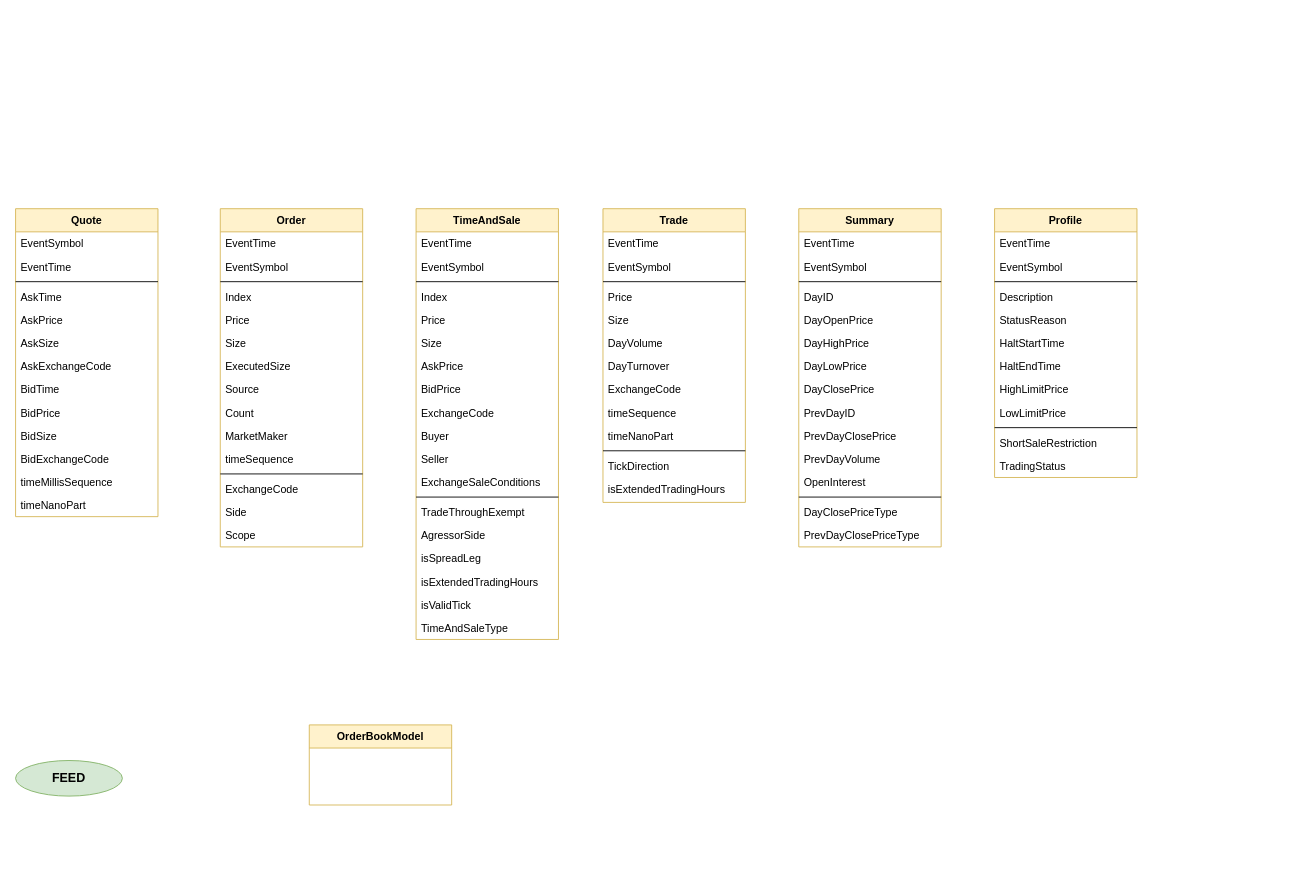
Above: Untitled Diagram.drawio in Tubala85/documents (draw.io), before the change. Source tidied: cells renumbered, new cells numbered last; positions are measured from the earlier drawing's top-left corner, leaving out a move shared by most shapes. Both pictures are drawn from the tidied source at 89%, with x=0, y=0 at pixel (15, 208).
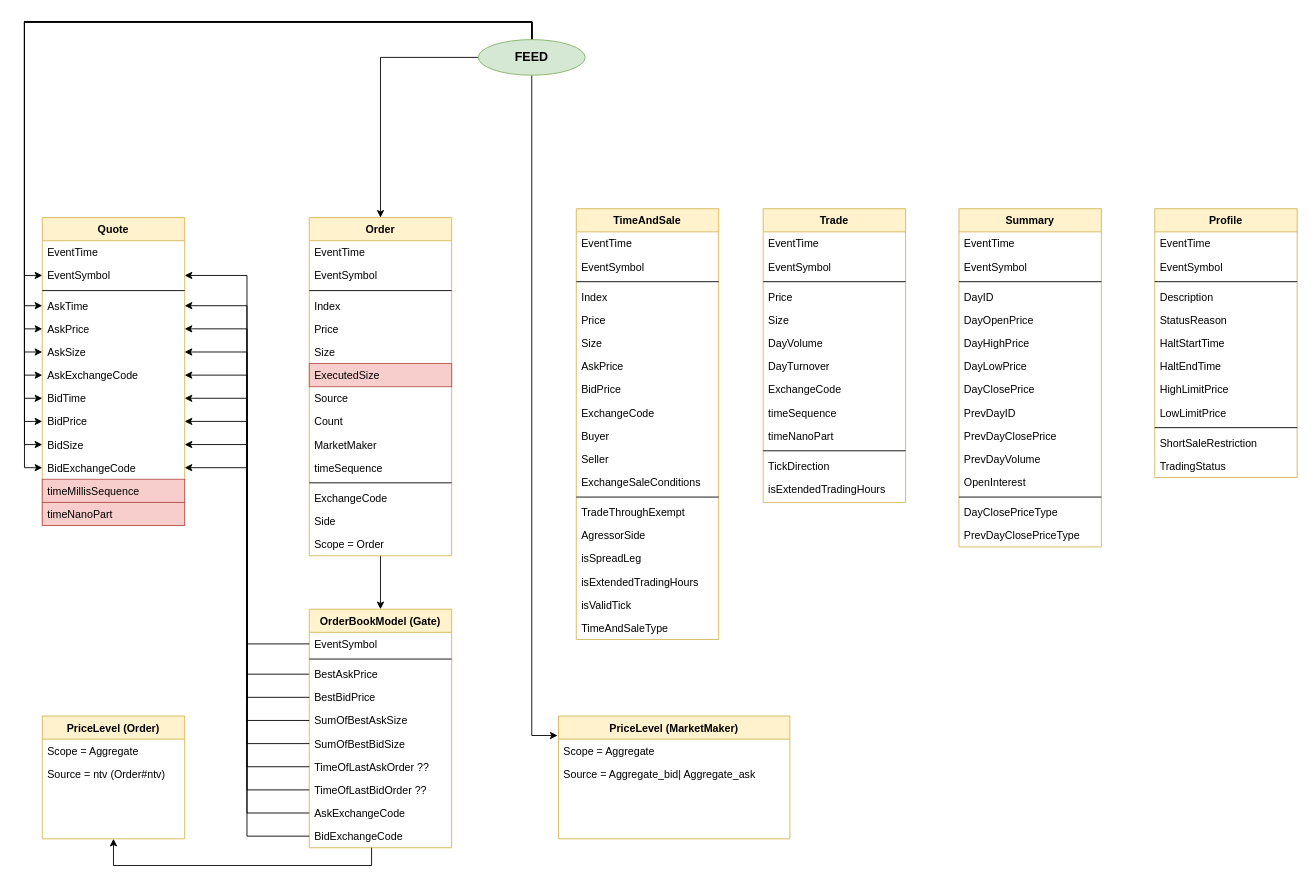
Above is the later version.

The change refers to these unchanged cells:
```xml
<mxCell id="6" value="AskTime&#10;" style="text;align=left;verticalAlign=top;spacingLeft=4;spacingRight=4;overflow=hidden;points=[[0,0.5],[1,0.5]];portConstraint=eastwest;rounded=0;shadow=0;html=0;" parent="2" vertex="1">
  <mxGeometry y="86" width="160" height="26" as="geometry" />
</mxCell>
<mxCell id="7" value="AskPrice" style="text;align=left;verticalAlign=top;spacingLeft=4;spacingRight=4;overflow=hidden;points=[[0,0.5],[1,0.5]];portConstraint=eastwest;rounded=0;shadow=0;html=0;" parent="2" vertex="1">
  <mxGeometry y="112" width="160" height="26" as="geometry" />
</mxCell>
<mxCell id="8" value="AskSize" style="text;align=left;verticalAlign=top;spacingLeft=4;spacingRight=4;overflow=hidden;points=[[0,0.5],[1,0.5]];portConstraint=eastwest;rounded=0;shadow=0;html=0;" parent="2" vertex="1">
  <mxGeometry y="138" width="160" height="26" as="geometry" />
</mxCell>
<mxCell id="9" value="AskExchangeCode" style="text;align=left;verticalAlign=top;spacingLeft=4;spacingRight=4;overflow=hidden;points=[[0,0.5],[1,0.5]];portConstraint=eastwest;rounded=0;shadow=0;html=0;" parent="2" vertex="1">
  <mxGeometry y="164" width="160" height="26" as="geometry" />
</mxCell>
<mxCell id="10" value="BidTime&#10;" style="text;align=left;verticalAlign=top;spacingLeft=4;spacingRight=4;overflow=hidden;points=[[0,0.5],[1,0.5]];portConstraint=eastwest;rounded=0;shadow=0;html=0;" parent="2" vertex="1">
  <mxGeometry y="190" width="160" height="26" as="geometry" />
</mxCell>
<mxCell id="11" value="BidPrice" style="text;align=left;verticalAlign=top;spacingLeft=4;spacingRight=4;overflow=hidden;points=[[0,0.5],[1,0.5]];portConstraint=eastwest;rounded=0;shadow=0;html=0;" parent="2" vertex="1">
  <mxGeometry y="216" width="160" height="26" as="geometry" />
</mxCell>
<mxCell id="12" value="BidSize" style="text;align=left;verticalAlign=top;spacingLeft=4;spacingRight=4;overflow=hidden;points=[[0,0.5],[1,0.5]];portConstraint=eastwest;rounded=0;shadow=0;html=0;" parent="2" vertex="1">
  <mxGeometry y="242" width="160" height="26" as="geometry" />
</mxCell>
<mxCell id="13" value="BidExchangeCode" style="text;align=left;verticalAlign=top;spacingLeft=4;spacingRight=4;overflow=hidden;points=[[0,0.5],[1,0.5]];portConstraint=eastwest;rounded=0;shadow=0;html=0;" parent="2" vertex="1">
  <mxGeometry y="268" width="160" height="26" as="geometry" />
</mxCell>
```

Change to the diagram source:
```diff
@@
     <mxCell id="2" value="Quote" style="swimlane;fontStyle=1;align=center;verticalAlign=top;horizontal=1;startSize=26;rounded=0;shadow=0;strokeWidth=1;fillColor=#fff2cc;strokeColor=#d6b656;" parent="1" vertex="1">
-      <mxGeometry width="160" height="346" as="geometry" />
+      <mxGeometry x="30" y="10" width="160" height="346" as="geometry" />
     </mxCell>
+    <mxCell id="4" value="EventTime&#10;" style="text;align=left;verticalAlign=top;spacingLeft=4;spacingRight=4;overflow=hidden;rounded=0;shadow=0;html=0;" parent="2" vertex="1">
+      <mxGeometry y="26" width="160" height="26" as="geometry" />
+    </mxCell>
     <mxCell id="3" value="EventSymbol" style="text;align=left;verticalAlign=top;spacingLeft=4;spacingRight=4;overflow=hidden;points=[[0,0.5],[1,0.5]];portConstraint=eastwest;" parent="2" vertex="1">
-      <mxGeometry y="26" width="160" height="26" as="geometry" />
+      <mxGeometry y="52" width="160" height="26" as="geometry" />
     </mxCell>
-    <mxCell id="4" value="EventTime&#10;" style="text;align=left;verticalAlign=top;spacingLeft=4;spacingRight=4;overflow=hidden;rounded=0;shadow=0;html=0;" parent="2" vertex="1">
-      <mxGeometry y="52" width="160" height="26" as="geometry" />
-    </mxCell>
@@
-    <mxCell id="14" value="timeMillisSequence" style="text;align=left;verticalAlign=top;spacingLeft=4;spacingRight=4;overflow=hidden;rounded=0;shadow=0;html=0;" parent="2" vertex="1">
+    <mxCell id="14" value="timeMillisSequence" style="text;align=left;verticalAlign=top;spacingLeft=4;spacingRight=4;overflow=hidden;rounded=0;shadow=0;html=0;fillColor=#f8cecc;strokeColor=#b85450;" parent="2" vertex="1">
       <mxGeometry y="294" width="160" height="26" as="geometry" />
     </mxCell>
-    <mxCell id="15" value="timeNanoPart" style="text;align=left;verticalAlign=top;spacingLeft=4;spacingRight=4;overflow=hidden;" parent="2" vertex="1">
+    <mxCell id="15" value="timeNanoPart" style="text;align=left;verticalAlign=top;spacingLeft=4;spacingRight=4;overflow=hidden;fillColor=#f8cecc;strokeColor=#b85450;" parent="2" vertex="1">
       <mxGeometry y="320" width="160" height="26" as="geometry" />
     </mxCell>
     <mxCell id="16" value="TimeAndSale" style="swimlane;fontStyle=1;align=center;verticalAlign=top;horizontal=1;startSize=26;rounded=0;shadow=0;strokeWidth=1;fillColor=#fff2cc;strokeColor=#d6b656;" parent="1" vertex="1">
-      <mxGeometry x="450" width="160" height="484" as="geometry" />
+      <mxGeometry x="630" width="160" height="484" as="geometry" />
     </mxCell>
@@
     <mxCell id="36" value="Summary" style="swimlane;fontStyle=1;align=center;verticalAlign=top;horizontal=1;startSize=26;rounded=0;shadow=0;strokeWidth=1;fillColor=#fff2cc;strokeColor=#d6b656;" parent="1" vertex="1">
-      <mxGeometry x="880" width="160" height="380" as="geometry" />
+      <mxGeometry x="1060" width="160" height="380" as="geometry" />
     </mxCell>
@@
+    <mxCell id="97" style="edgeStyle=orthogonalEdgeStyle;rounded=0;jettySize=auto;html=1;entryX=0.5;entryY=0;entryDx=0;entryDy=0;fontSize=14;" parent="1" edge="1" source="52" target="96">
+      <mxGeometry relative="1" as="geometry" />
+    </mxCell>
     <mxCell id="52" value="Order" style="swimlane;fontStyle=1;align=center;verticalAlign=top;horizontal=1;startSize=26;rounded=0;shadow=0;strokeWidth=1;fillColor=#fff2cc;strokeColor=#d6b656;" parent="1" vertex="1">
-      <mxGeometry x="230" width="160" height="380" as="geometry" />
+      <mxGeometry x="330" y="10" width="160" height="380" as="geometry" />
     </mxCell>
@@
-    <mxCell id="59" value="ExecutedSize" style="text;align=left;verticalAlign=top;spacingLeft=4;spacingRight=4;overflow=hidden;" parent="52" vertex="1">
+    <mxCell id="59" value="ExecutedSize" style="text;align=left;verticalAlign=top;spacingLeft=4;spacingRight=4;overflow=hidden;fillColor=#f8cecc;strokeColor=#b85450;" parent="52" vertex="1">
       <mxGeometry y="164" width="160" height="26" as="geometry" />
     </mxCell>
@@
-    <mxCell id="67" value="Scope" style="text;align=left;verticalAlign=top;spacingLeft=4;spacingRight=4;overflow=hidden;rounded=0;shadow=0;html=0;" parent="52" vertex="1">
+    <mxCell id="67" value="Scope = Order" style="text;align=left;verticalAlign=top;spacingLeft=4;spacingRight=4;overflow=hidden;rounded=0;shadow=0;html=0;" parent="52" vertex="1">
       <mxGeometry y="354" width="160" height="26" as="geometry" />
     </mxCell>
     <mxCell id="68" value="Trade" style="swimlane;fontStyle=1;align=center;verticalAlign=top;horizontal=1;startSize=26;rounded=0;shadow=0;strokeWidth=1;fillColor=#fff2cc;strokeColor=#d6b656;" parent="1" vertex="1">
-      <mxGeometry x="660" width="160" height="330" as="geometry" />
+      <mxGeometry x="840" width="160" height="330" as="geometry" />
     </mxCell>
@@
     <mxCell id="82" value="Profile" style="swimlane;fontStyle=1;align=center;verticalAlign=top;horizontal=1;startSize=26;rounded=0;shadow=0;strokeWidth=1;fillColor=#fff2cc;strokeColor=#d6b656;" parent="1" vertex="1">
-      <mxGeometry x="1100" width="160" height="302" as="geometry" />
+      <mxGeometry x="1280" width="160" height="302" as="geometry" />
     </mxCell>
@@
+    <mxCell id="98" style="edgeStyle=orthogonalEdgeStyle;rounded=0;jettySize=auto;html=1;exitX=0.5;exitY=0;exitDx=0;exitDy=0;entryX=0;entryY=0.5;entryDx=0;entryDy=0;fontSize=14;" parent="1" edge="1" source="95" target="3">
+      <mxGeometry relative="1" as="geometry">
+        <Array as="points">
+          <mxPoint x="580" y="-210" />
+          <mxPoint x="10" y="-210" />
+          <mxPoint x="10" y="75" />
+        </Array>
+      </mxGeometry>
+    </mxCell>
+    <mxCell id="99" style="edgeStyle=orthogonalEdgeStyle;rounded=0;jettySize=auto;html=1;exitX=0.5;exitY=0;exitDx=0;exitDy=0;entryX=0;entryY=0.5;entryDx=0;entryDy=0;fontSize=14;" parent="1" edge="1" source="95" target="6">
+      <mxGeometry relative="1" as="geometry" />
+    </mxCell>
+    <mxCell id="100" style="edgeStyle=orthogonalEdgeStyle;rounded=0;jettySize=auto;html=1;exitX=0.5;exitY=0;exitDx=0;exitDy=0;entryX=0;entryY=0.5;entryDx=0;entryDy=0;fontSize=14;" parent="1" edge="1" source="95" target="7">
+      <mxGeometry relative="1" as="geometry" />
+    </mxCell>
+    <mxCell id="101" style="edgeStyle=orthogonalEdgeStyle;rounded=0;jettySize=auto;html=1;exitX=0.5;exitY=0;exitDx=0;exitDy=0;entryX=0;entryY=0.5;entryDx=0;entryDy=0;fontSize=14;" parent="1" edge="1" source="95" target="8">
+      <mxGeometry relative="1" as="geometry" />
+    </mxCell>
+    <mxCell id="102" style="edgeStyle=orthogonalEdgeStyle;rounded=0;jettySize=auto;html=1;exitX=0.5;exitY=0;exitDx=0;exitDy=0;entryX=0;entryY=0.5;entryDx=0;entryDy=0;fontSize=14;" parent="1" edge="1" source="95" target="9">
+      <mxGeometry relative="1" as="geometry" />
+    </mxCell>
+    <mxCell id="103" style="edgeStyle=orthogonalEdgeStyle;rounded=0;jettySize=auto;html=1;exitX=0.5;exitY=0;exitDx=0;exitDy=0;entryX=0;entryY=0.5;entryDx=0;entryDy=0;fontSize=14;" parent="1" edge="1" source="95" target="10">
+      <mxGeometry relative="1" as="geometry" />
+    </mxCell>
+    <mxCell id="104" style="edgeStyle=orthogonalEdgeStyle;rounded=0;jettySize=auto;html=1;exitX=0.5;exitY=0;exitDx=0;exitDy=0;entryX=0;entryY=0.5;entryDx=0;entryDy=0;fontSize=14;" parent="1" edge="1" source="95" target="11">
+      <mxGeometry relative="1" as="geometry" />
+    </mxCell>
+    <mxCell id="105" style="edgeStyle=orthogonalEdgeStyle;rounded=0;jettySize=auto;html=1;exitX=0.5;exitY=0;exitDx=0;exitDy=0;entryX=0;entryY=0.5;entryDx=0;entryDy=0;fontSize=14;" parent="1" edge="1" source="95" target="12">
+      <mxGeometry relative="1" as="geometry" />
+    </mxCell>
+    <mxCell id="106" style="edgeStyle=orthogonalEdgeStyle;rounded=0;jettySize=auto;html=1;exitX=0.5;exitY=0;exitDx=0;exitDy=0;entryX=0;entryY=0.5;entryDx=0;entryDy=0;fontSize=14;" parent="1" edge="1" source="95" target="13">
+      <mxGeometry relative="1" as="geometry" />
+    </mxCell>
+    <mxCell id="107" style="edgeStyle=orthogonalEdgeStyle;rounded=0;jettySize=auto;html=1;exitX=0;exitY=0.5;exitDx=0;exitDy=0;entryX=0.5;entryY=0;entryDx=0;entryDy=0;fontSize=14;" parent="1" edge="1" source="95" target="52">
+      <mxGeometry relative="1" as="geometry" />
+    </mxCell>
+    <mxCell id="108" style="edgeStyle=orthogonalEdgeStyle;rounded=0;jettySize=auto;html=1;exitX=0.5;exitY=1;exitDx=0;exitDy=0;entryX=-0.004;entryY=0.159;entryDx=0;entryDy=0;entryPerimeter=0;fontSize=14;" parent="1" edge="1" source="95" target="132">
+      <mxGeometry relative="1" as="geometry" />
+    </mxCell>
     <mxCell id="95" value="FEED" style="ellipse;whiteSpace=wrap;html=1;fillColor=#d5e8d4;strokeColor=#82b366;fontStyle=1;fontSize=14;" parent="1" vertex="1">
-      <mxGeometry y="620" width="120" height="40" as="geometry" />
+      <mxGeometry x="520" y="-190" width="120" height="40" as="geometry" />
     </mxCell>
+    <mxCell id="109" style="edgeStyle=orthogonalEdgeStyle;rounded=0;jettySize=auto;html=1;exitX=0;exitY=0.5;exitDx=0;exitDy=0;entryX=1;entryY=0.5;entryDx=0;entryDy=0;fontSize=14;" parent="1" edge="1" source="112" target="7">
+      <mxGeometry relative="1" as="geometry" />
+    </mxCell>
-    <mxCell id="96" value="OrderBookModel" style="swimlane;fontStyle=1;align=center;verticalAlign=top;horizontal=1;startSize=26;rounded=0;shadow=0;strokeWidth=1;fillColor=#fff2cc;strokeColor=#d6b656;" parent="1" vertex="1">
-      <mxGeometry x="330" y="580" width="160" height="90" as="geometry" />
+    <mxCell id="96" value="OrderBookModel (Gate)" style="swimlane;fontStyle=1;align=center;verticalAlign=top;horizontal=1;startSize=26;rounded=0;shadow=0;strokeWidth=1;fillColor=#fff2cc;strokeColor=#d6b656;" parent="1" vertex="1">
+      <mxGeometry x="330" y="450" width="160" height="268" as="geometry" />
     </mxCell>
+    <mxCell id="110" value="EventSymbol" style="text;align=left;verticalAlign=top;spacingLeft=4;spacingRight=4;overflow=hidden;points=[[0,0.5],[1,0.5]];portConstraint=eastwest;" parent="96" vertex="1">
+      <mxGeometry y="26" width="160" height="26" as="geometry" />
+    </mxCell>
+    <mxCell id="111" style="line;html=1;strokeWidth=1;align=left;verticalAlign=middle;spacingTop=-1;spacingLeft=3;spacingRight=3;labelPosition=right;" parent="96" vertex="1">
+      <mxGeometry y="52" width="160" height="8" as="geometry" />
+    </mxCell>
+    <mxCell id="112" value="BestAskPrice" style="text;align=left;verticalAlign=top;spacingLeft=4;spacingRight=4;overflow=hidden;points=[[0,0.5],[1,0.5]];portConstraint=eastwest;rounded=0;shadow=0;html=0;" parent="96" vertex="1">
+      <mxGeometry y="60" width="160" height="26" as="geometry" />
+    </mxCell>
+    <mxCell id="113" value="BestBidPrice" style="text;align=left;verticalAlign=top;spacingLeft=4;spacingRight=4;overflow=hidden;points=[[0,0.5],[1,0.5]];portConstraint=eastwest;rounded=0;shadow=0;html=0;" parent="96" vertex="1">
+      <mxGeometry y="86" width="160" height="26" as="geometry" />
+    </mxCell>
+    <mxCell id="114" value="SumOfBestAskSize" style="text;align=left;verticalAlign=top;spacingLeft=4;spacingRight=4;overflow=hidden;points=[[0,0.5],[1,0.5]];portConstraint=eastwest;rounded=0;shadow=0;html=0;" parent="96" vertex="1">
+      <mxGeometry y="112" width="160" height="26" as="geometry" />
+    </mxCell>
+    <mxCell id="115" value="SumOfBestBidSize" style="text;align=left;verticalAlign=top;spacingLeft=4;spacingRight=4;overflow=hidden;points=[[0,0.5],[1,0.5]];portConstraint=eastwest;rounded=0;shadow=0;html=0;" parent="96" vertex="1">
+      <mxGeometry y="138" width="160" height="26" as="geometry" />
+    </mxCell>
+    <mxCell id="116" value="TimeOfLastAskOrder ??" style="text;align=left;verticalAlign=top;spacingLeft=4;spacingRight=4;overflow=hidden;points=[[0,0.5],[1,0.5]];portConstraint=eastwest;rounded=0;shadow=0;html=0;" parent="96" vertex="1">
+      <mxGeometry y="164" width="160" height="26" as="geometry" />
+    </mxCell>
+    <mxCell id="117" value="TimeOfLastBidOrder ??" style="text;align=left;verticalAlign=top;spacingLeft=4;spacingRight=4;overflow=hidden;points=[[0,0.5],[1,0.5]];portConstraint=eastwest;rounded=0;shadow=0;html=0;" parent="96" vertex="1">
+      <mxGeometry y="190" width="160" height="26" as="geometry" />
+    </mxCell>
+    <mxCell id="118" value="AskExchangeCode" style="text;align=left;verticalAlign=top;spacingLeft=4;spacingRight=4;overflow=hidden;points=[[0,0.5],[1,0.5]];portConstraint=eastwest;rounded=0;shadow=0;html=0;" parent="96" vertex="1">
+      <mxGeometry y="216" width="160" height="26" as="geometry" />
+    </mxCell>
+    <mxCell id="119" value="BidExchangeCode" style="text;align=left;verticalAlign=top;spacingLeft=4;spacingRight=4;overflow=hidden;points=[[0,0.5],[1,0.5]];portConstraint=eastwest;rounded=0;shadow=0;html=0;" parent="96" vertex="1">
+      <mxGeometry y="242" width="160" height="26" as="geometry" />
+    </mxCell>
+    <mxCell id="120" style="edgeStyle=orthogonalEdgeStyle;rounded=0;jettySize=auto;html=1;exitX=0;exitY=0.5;exitDx=0;exitDy=0;entryX=1;entryY=0.5;entryDx=0;entryDy=0;fontSize=14;" parent="1" edge="1" source="113" target="11">
+      <mxGeometry relative="1" as="geometry" />
+    </mxCell>
+    <mxCell id="121" style="edgeStyle=orthogonalEdgeStyle;rounded=0;jettySize=auto;html=1;exitX=0;exitY=0.5;exitDx=0;exitDy=0;entryX=1;entryY=0.5;entryDx=0;entryDy=0;fontSize=14;" parent="1" edge="1" source="114" target="8">
+      <mxGeometry relative="1" as="geometry" />
+    </mxCell>
+    <mxCell id="122" style="edgeStyle=orthogonalEdgeStyle;rounded=0;jettySize=auto;html=1;exitX=0;exitY=0.5;exitDx=0;exitDy=0;entryX=1;entryY=0.5;entryDx=0;entryDy=0;fontSize=14;" parent="1" edge="1" source="115" target="12">
+      <mxGeometry relative="1" as="geometry" />
+    </mxCell>
+    <mxCell id="123" style="edgeStyle=orthogonalEdgeStyle;rounded=0;jettySize=auto;html=1;exitX=0;exitY=0.5;exitDx=0;exitDy=0;entryX=1;entryY=0.5;entryDx=0;entryDy=0;fontSize=14;" parent="1" edge="1" source="116" target="6">
+      <mxGeometry relative="1" as="geometry" />
+    </mxCell>
+    <mxCell id="124" style="edgeStyle=orthogonalEdgeStyle;rounded=0;jettySize=auto;html=1;exitX=0;exitY=0.5;exitDx=0;exitDy=0;entryX=1;entryY=0.5;entryDx=0;entryDy=0;fontSize=14;" parent="1" edge="1" source="117" target="10">
+      <mxGeometry relative="1" as="geometry" />
+    </mxCell>
+    <mxCell id="125" style="edgeStyle=orthogonalEdgeStyle;rounded=0;jettySize=auto;html=1;exitX=0;exitY=0.5;exitDx=0;exitDy=0;entryX=1;entryY=0.5;entryDx=0;entryDy=0;fontSize=14;" parent="1" edge="1" source="118" target="9">
+      <mxGeometry relative="1" as="geometry" />
+    </mxCell>
+    <mxCell id="126" style="edgeStyle=orthogonalEdgeStyle;rounded=0;jettySize=auto;html=1;exitX=0;exitY=0.5;exitDx=0;exitDy=0;entryX=1;entryY=0.5;entryDx=0;entryDy=0;fontSize=14;" parent="1" edge="1" source="119" target="13">
+      <mxGeometry relative="1" as="geometry" />
+    </mxCell>
+    <mxCell id="127" style="edgeStyle=orthogonalEdgeStyle;rounded=0;jettySize=auto;html=1;exitX=0;exitY=0.5;exitDx=0;exitDy=0;fontSize=14;" parent="1" edge="1" source="110" target="3">
+      <mxGeometry relative="1" as="geometry" />
+    </mxCell>
+    <mxCell id="128" value="PriceLevel (Order)" style="swimlane;fontStyle=1;align=center;verticalAlign=top;horizontal=1;startSize=26;rounded=0;shadow=0;strokeWidth=1;fillColor=#fff2cc;strokeColor=#d6b656;" parent="1" vertex="1">
+      <mxGeometry x="30" y="570" width="160" height="138" as="geometry" />
+    </mxCell>
+    <mxCell id="129" value="Scope = Aggregate" style="text;align=left;verticalAlign=top;spacingLeft=4;spacingRight=4;overflow=hidden;rounded=0;shadow=0;html=0;" parent="128" vertex="1">
+      <mxGeometry y="26" width="160" height="26" as="geometry" />
+    </mxCell>
+    <mxCell id="130" value="Source = ntv (Order#ntv)" style="text;align=left;verticalAlign=top;spacingLeft=4;spacingRight=4;overflow=hidden;" parent="128" vertex="1">
+      <mxGeometry y="52" width="160" height="26" as="geometry" />
+    </mxCell>
+    <mxCell id="131" style="edgeStyle=orthogonalEdgeStyle;rounded=0;jettySize=auto;html=1;fontSize=14;entryX=0.5;entryY=1;entryDx=0;entryDy=0;" parent="1" edge="1" source="96" target="128">
+      <mxGeometry relative="1" as="geometry">
+        <Array as="points">
+          <mxPoint x="400" y="738" />
+          <mxPoint x="110" y="738" />
+        </Array>
+      </mxGeometry>
+    </mxCell>
+    <mxCell id="132" value="PriceLevel (MarketMaker)" style="swimlane;fontStyle=1;align=center;verticalAlign=top;horizontal=1;startSize=26;rounded=0;shadow=0;strokeWidth=1;fillColor=#fff2cc;strokeColor=#d6b656;" parent="1" vertex="1">
+      <mxGeometry x="610" y="570" width="260" height="138" as="geometry" />
+    </mxCell>
+    <mxCell id="133" value="Scope = Aggregate" style="text;align=left;verticalAlign=top;spacingLeft=4;spacingRight=4;overflow=hidden;rounded=0;shadow=0;html=0;" parent="132" vertex="1">
+      <mxGeometry y="26" width="260" height="26" as="geometry" />
+    </mxCell>
+    <mxCell id="134" value="Source = Aggregate_bid| Aggregate_ask" style="text;align=left;verticalAlign=top;spacingLeft=4;spacingRight=4;overflow=hidden;" parent="132" vertex="1">
+      <mxGeometry y="52" width="260" height="26" as="geometry" />
+    </mxCell>
```
